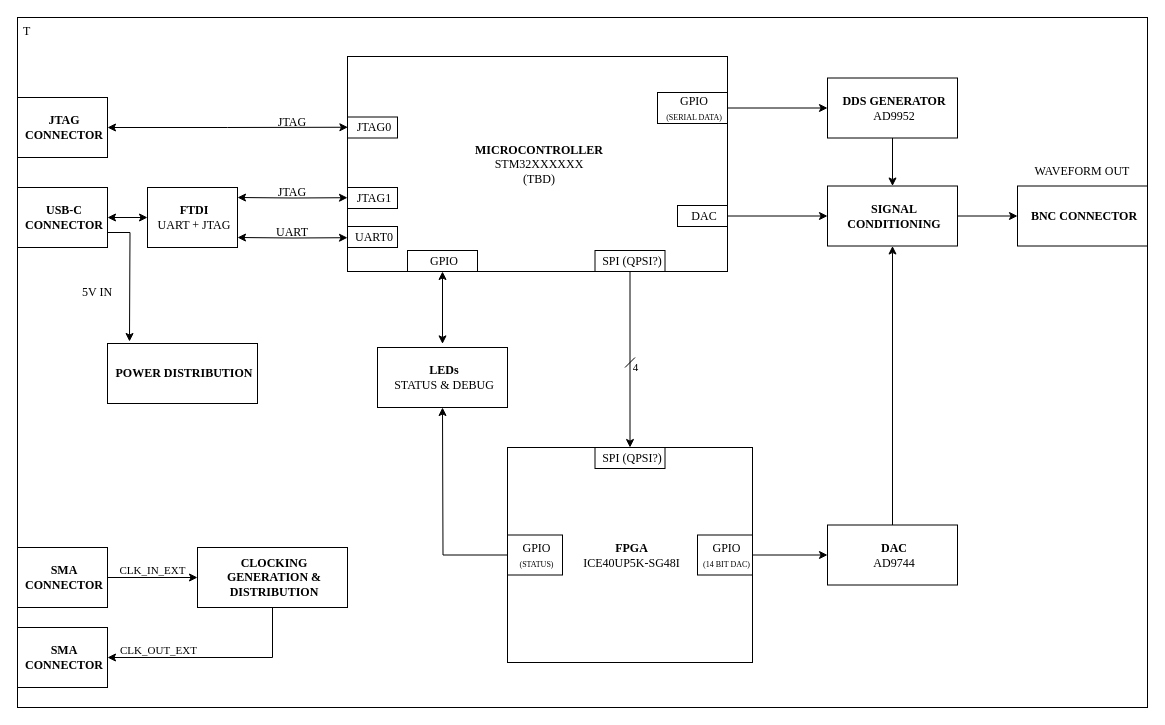
The draw.io diagram page "Hardware Overview" (1 of 4) of 1_hw/01_block_diagram/arb.drawio in brzyzek/arb, before the edit. Source tidied: cells renumbered, new cells numbered last; positions are measured from the earlier drawing's top-left corner, leaving out a move shared by most shapes. Both pictures are drawn from the tidied source at 100%, with x=0, y=0 at pixel (17, 17).
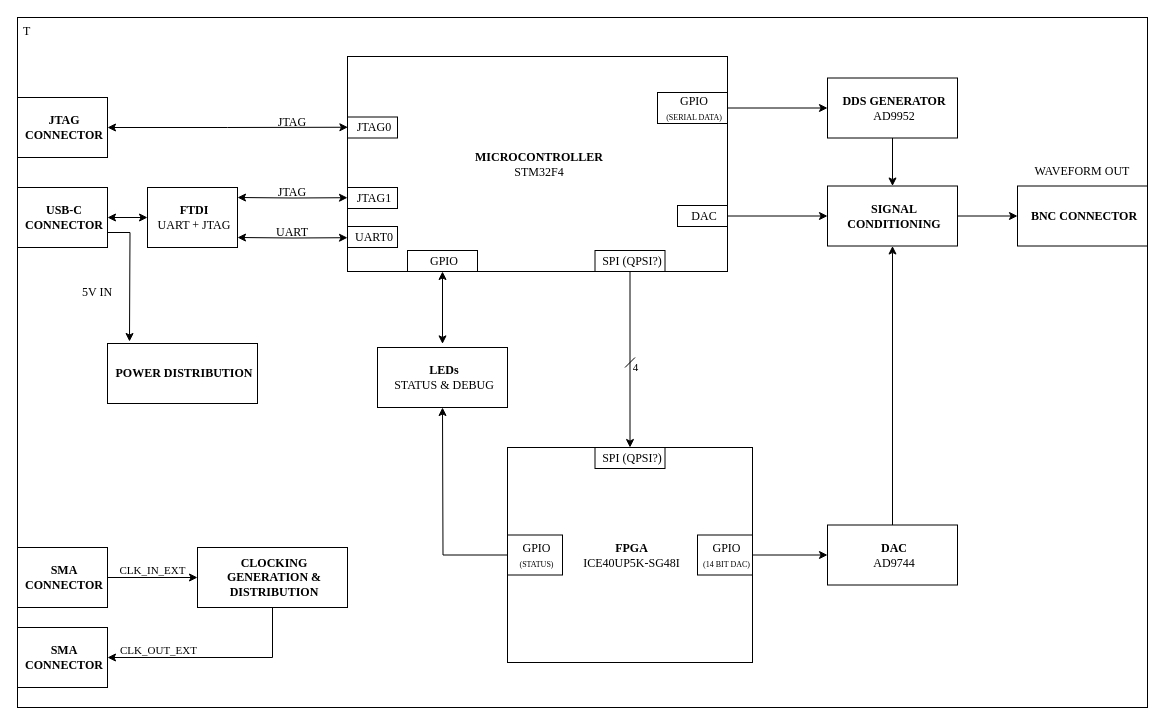
The same diagram, later.

What changed in the source:
```diff
@@
-    <mxCell id="3" value="&lt;font&gt;&lt;font&gt;&lt;b style=&quot;&quot;&gt;MICROCONTROLLER&lt;br&gt;&lt;/b&gt;STM32XXXXXX&lt;/font&gt;&lt;br&gt;&lt;/font&gt;&lt;div&gt;&lt;font&gt;&lt;font&gt;(TBD)&lt;/font&gt;&lt;/font&gt;&lt;/div&gt;" style="rounded=0;whiteSpace=wrap;html=1;align=center;verticalAlign=middle;labelPosition=center;verticalLabelPosition=middle;spacing=2;spacingLeft=4;fontFamily=Times New Roman;" parent="1" vertex="1">
+    <mxCell id="3" value="&lt;font&gt;&lt;font&gt;&lt;b style=&quot;&quot;&gt;MICROCONTROLLER&lt;br&gt;&lt;/b&gt;STM32F4&lt;/font&gt;&lt;/font&gt;" style="rounded=0;whiteSpace=wrap;html=1;align=center;verticalAlign=middle;labelPosition=center;verticalLabelPosition=middle;spacing=2;spacingLeft=4;fontFamily=Times New Roman;" parent="1" vertex="1">
       <mxGeometry x="330" y="39" width="380" height="215" as="geometry" />
     </mxCell>
```
